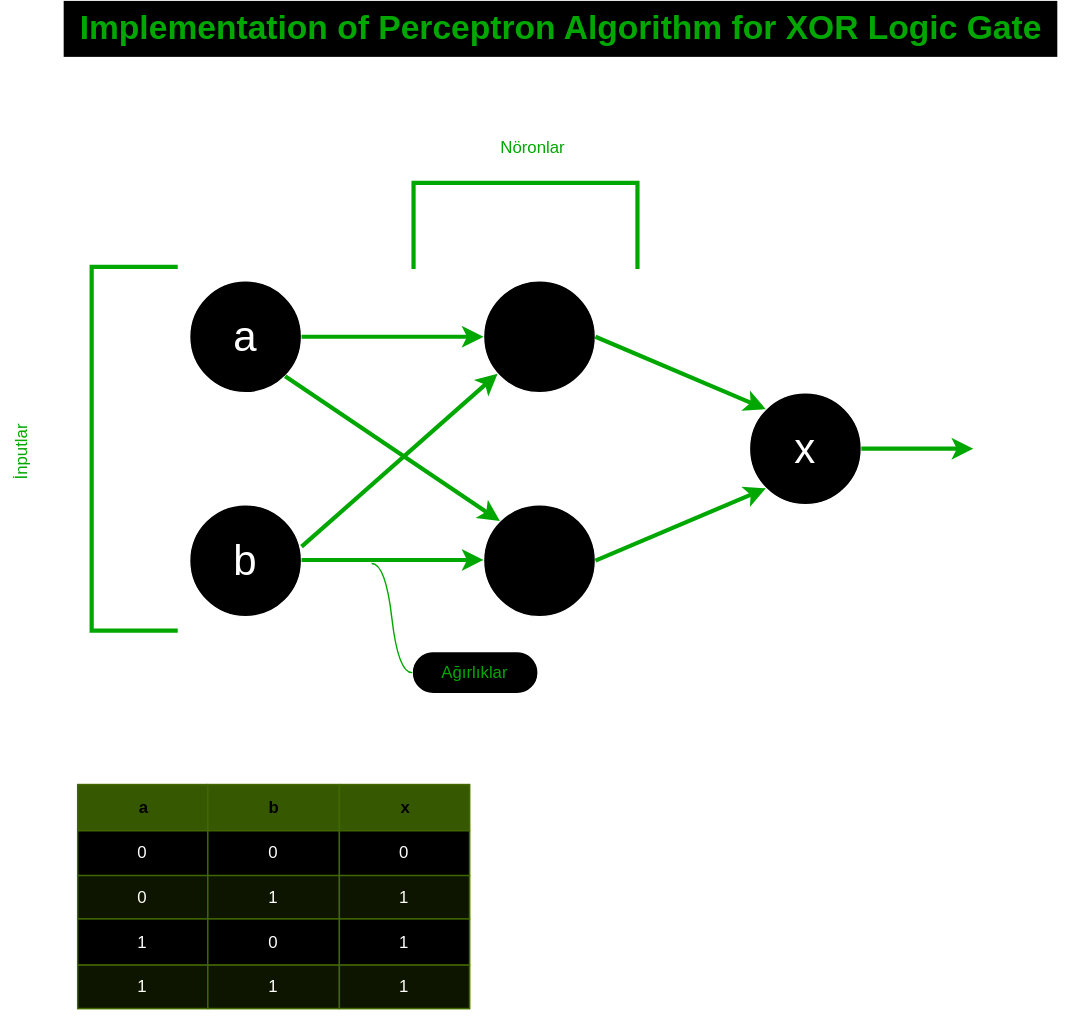
The draw.io diagram Başlıksız Diyagram.drawio.svg in symsrsy/multilayerperceptron, before a commit. Source tidied: cells renumbered, new cells last; positions are measured from the earlier drawing's top-left corner, leaving out a move shared by most shapes.
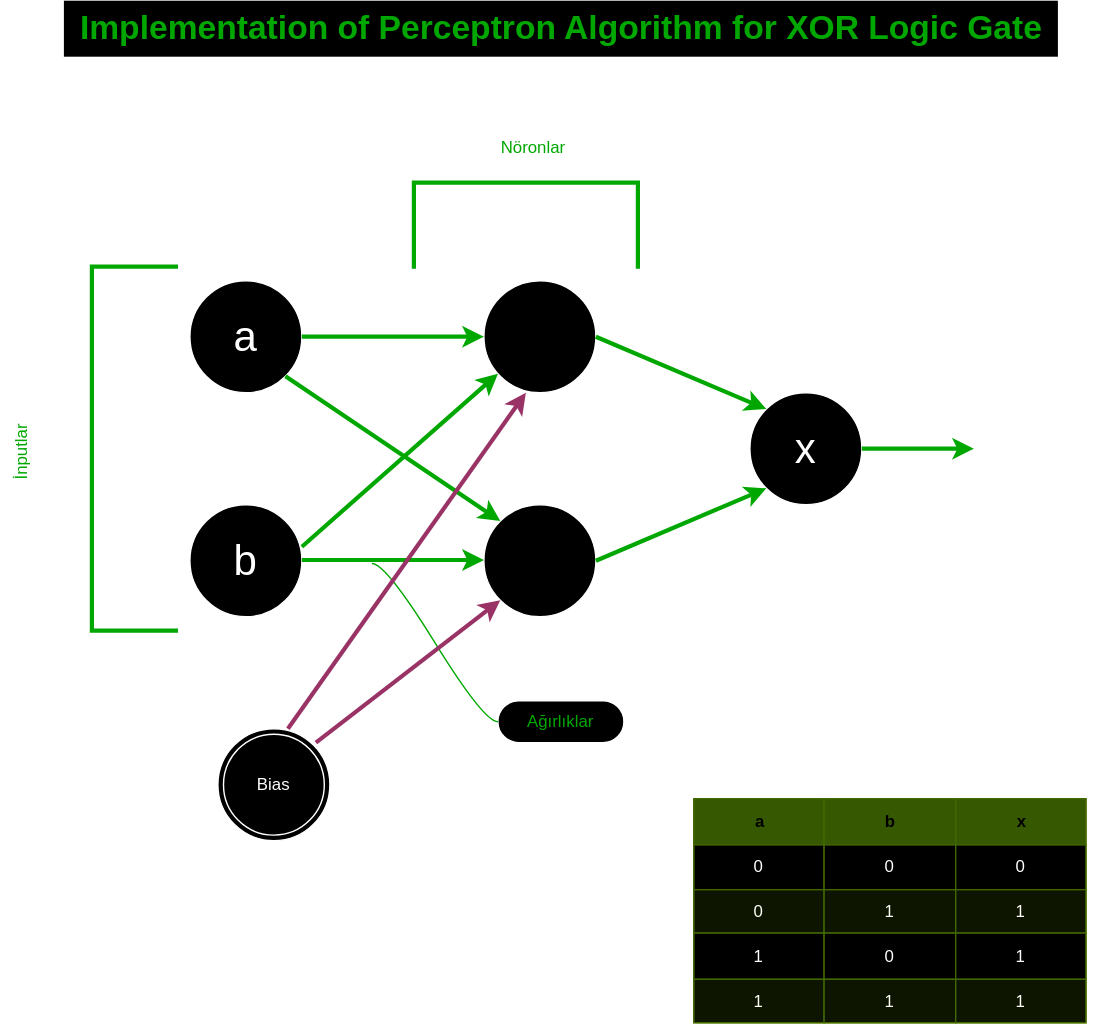
Above is the later version.

Change to the diagram source:
```diff
@@ -53,7 +53,7 @@
       </mxGeometry>
     </mxCell>
     <mxCell id="14" value="Assets" style="strokeColor=#98bf21;fillColor=#A7C942;shadow=1;" parent="1" vertex="1">
-      <mxGeometry x="90" y="560" width="280" height="160" as="geometry" />
+      <mxGeometry x="530" y="570" width="280" height="160" as="geometry" />
     </mxCell>
     <mxCell id="15" style="shape=tableRow;horizontal=0;startSize=0;swimlaneHead=0;swimlaneBody=0;top=0;left=0;bottom=0;right=0;fontStyle=0;strokeColor=inherit;fillColor=#ffffff;" parent="14" vertex="1">
       <mxGeometry width="280" height="33" as="geometry" />
@@ -131,12 +131,25 @@
       <mxGeometry x="20" y="308" width="60" height="30" as="geometry" />
     </mxCell>
     <mxCell id="40" value="&lt;font color=&quot;#00cc00&quot;&gt;Ağırlıklar&lt;/font&gt;" style="whiteSpace=wrap;html=1;rounded=1;arcSize=50;align=center;verticalAlign=middle;strokeWidth=1;spacing=4;newEdgeStyle={&quot;edgeStyle&quot;:&quot;entityRelationEdgeStyle&quot;,&quot;startArrow&quot;:&quot;none&quot;,&quot;endArrow&quot;:&quot;none&quot;,&quot;segment&quot;:10,&quot;curved&quot;:1,&quot;sourcePerimeterSpacing&quot;:0,&quot;targetPerimeterSpacing&quot;:0};" parent="1" vertex="1">
-      <mxGeometry x="329" y="465" width="90" height="30" as="geometry" />
+      <mxGeometry x="390" y="500" width="90" height="30" as="geometry" />
     </mxCell>
     <mxCell id="41" style="edgeStyle=entityRelationEdgeStyle;startArrow=none;endArrow=none;segment=10;curved=1;sourcePerimeterSpacing=0;targetPerimeterSpacing=0;rounded=0;strokeColor=#00CC00;" parent="1" edge="1" target="40">
       <mxGeometry relative="1" as="geometry">
         <mxPoint x="300" y="402" as="sourcePoint" />
       </mxGeometry>
     </mxCell>
+    <mxCell id="42" style="endArrow=classic;html=1;rounded=0;entryX=0.375;entryY=1;entryDx=0;entryDy=0;entryPerimeter=0;strokeColor=#FF99CC;strokeWidth=3;" parent="1" edge="1" target="4">
+      <mxGeometry relative="1" as="geometry">
+        <mxPoint x="240" y="520" as="sourcePoint" />
+      </mxGeometry>
+    </mxCell>
+    <mxCell id="43" style="endArrow=classic;html=1;rounded=0;entryX=0;entryY=1;entryDx=0;entryDy=0;strokeColor=#FF99CC;strokeWidth=3;" parent="1" edge="1" target="5">
+      <mxGeometry relative="1" as="geometry">
+        <mxPoint x="260" y="530" as="sourcePoint" />
+      </mxGeometry>
+    </mxCell>
+    <mxCell id="44" value="Bias" style="ellipse;shape=doubleEllipse;whiteSpace=wrap;html=1;" parent="1" vertex="1">
+      <mxGeometry x="190" y="520" width="80" height="80" as="geometry" />
+    </mxCell>
   </root>
 </mxGraphModel>
```
